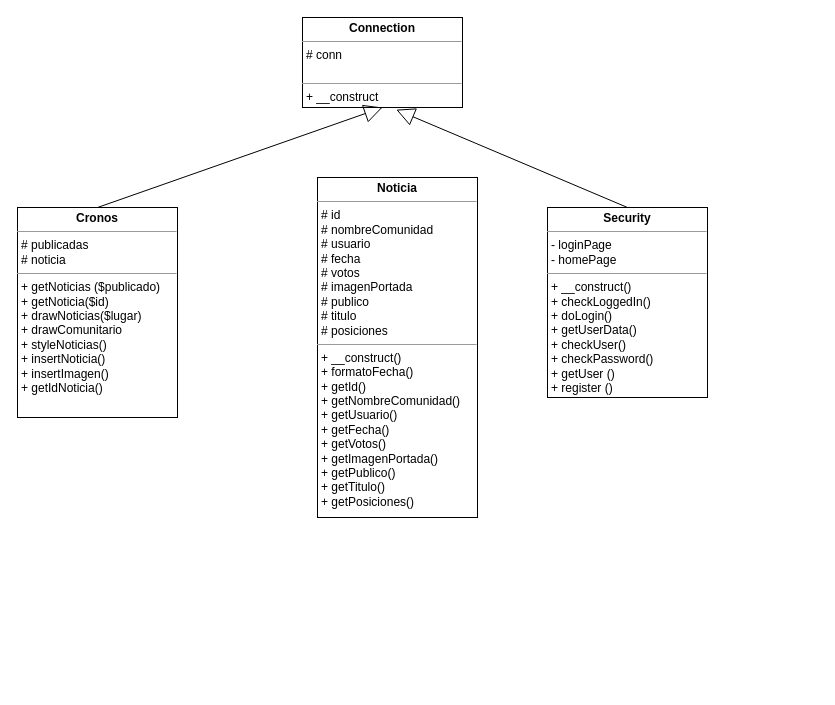
Tiinocm/ProyectoIntegrado keeps this draw.io diagram as diagramaClase.drawio. Above is the earlier version. Source tidied: cells renumbered, new cells numbered last; positions are measured from the earlier drawing's top-left corner, leaving out a move shared by most shapes. Both pictures are drawn from the tidied source at 100%, with x=0, y=0 at pixel (17, 17).
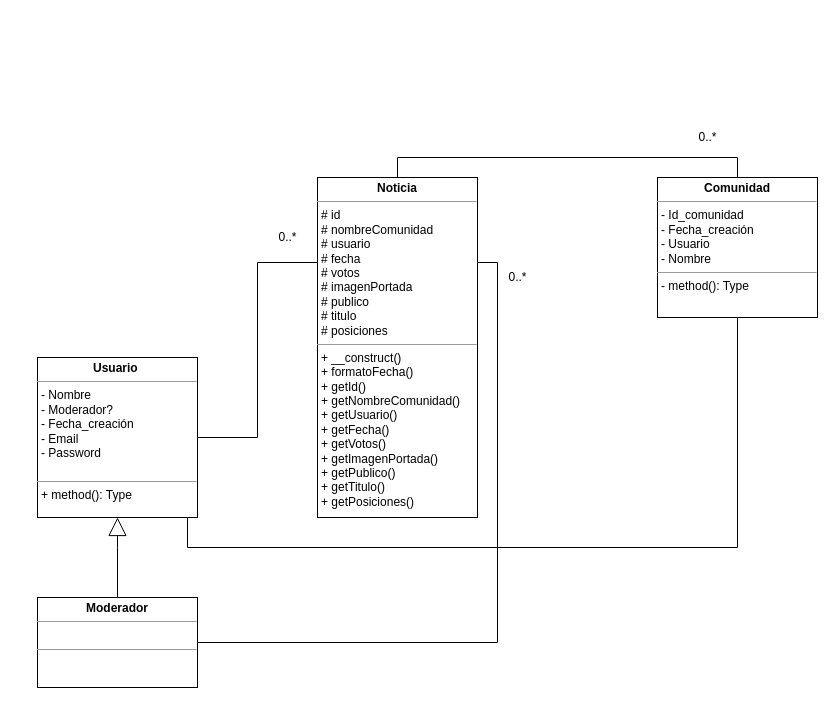
Above is the later version.

Commit message:
Cambios esquema

Diff of the diagram source:
```diff
@@
 <mxGraphModel>
   <root>
     <mxCell id="0" />
     <mxCell id="1" parent="0" />
-    <mxCell id="2" value="&lt;p style=&quot;margin: 0px ; margin-top: 4px ; text-align: center&quot;&gt;&lt;b&gt;Connection&lt;/b&gt;&lt;/p&gt;&lt;hr size=&quot;1&quot;&gt;&lt;p style=&quot;margin: 0px ; margin-left: 4px&quot;&gt;# conn&lt;/p&gt;&lt;p style=&quot;margin: 0px ; margin-left: 4px&quot;&gt;&lt;br&gt;&lt;/p&gt;&lt;hr size=&quot;1&quot;&gt;&lt;p style=&quot;margin: 0px ; margin-left: 4px&quot;&gt;+ __construct&lt;/p&gt;" style="verticalAlign=top;align=left;overflow=fill;fontSize=12;fontFamily=Helvetica;html=1;" parent="1" vertex="1">
-      <mxGeometry x="285" width="160" height="90" as="geometry" />
-    </mxCell>
-    <mxCell id="3" value="&lt;p style=&quot;margin: 0px ; margin-top: 4px ; text-align: center&quot;&gt;&lt;b&gt;Cronos&lt;/b&gt;&lt;/p&gt;&lt;hr size=&quot;1&quot;&gt;&lt;p style=&quot;margin: 0px ; margin-left: 4px&quot;&gt;# publicadas&lt;br&gt;&lt;/p&gt;&lt;p style=&quot;margin: 0px ; margin-left: 4px&quot;&gt;# noticia&lt;br&gt;&lt;/p&gt;&lt;hr size=&quot;1&quot;&gt;&lt;p style=&quot;margin: 0px ; margin-left: 4px&quot;&gt;+ getNoticias ($publicado)&lt;/p&gt;&lt;p style=&quot;margin: 0px ; margin-left: 4px&quot;&gt;+ getNoticia($id)&lt;/p&gt;&lt;p style=&quot;margin: 0px ; margin-left: 4px&quot;&gt;+ drawNoticias($lugar)&lt;/p&gt;&lt;p style=&quot;margin: 0px ; margin-left: 4px&quot;&gt;+ drawComunitario&lt;/p&gt;&lt;p style=&quot;margin: 0px ; margin-left: 4px&quot;&gt;+ styleNoticias()&lt;/p&gt;&lt;p style=&quot;margin: 0px ; margin-left: 4px&quot;&gt;+ insertNoticia()&lt;/p&gt;&lt;p style=&quot;margin: 0px ; margin-left: 4px&quot;&gt;+ insertImagen()&lt;/p&gt;&lt;p style=&quot;margin: 0px ; margin-left: 4px&quot;&gt;+ getIdNoticia()&lt;/p&gt;&lt;p style=&quot;margin: 0px ; margin-left: 4px&quot;&gt;&lt;br&gt;&lt;/p&gt;" style="verticalAlign=top;align=left;overflow=fill;fontSize=12;fontFamily=Helvetica;html=1;" parent="1" vertex="1">
-      <mxGeometry y="190" width="160" height="210" as="geometry" />
-    </mxCell>
-    <mxCell id="4" style="endArrow=block;endSize=16;endFill=0;html=1;rounded=0;exitX=0.5;exitY=0;exitDx=0;exitDy=0;entryX=0.5;entryY=1;entryDx=0;entryDy=0;" parent="1" edge="1" source="3" target="2">
-      <mxGeometry relative="1" as="geometry" />
-    </mxCell>
+    <mxCell id="8" style="edgeStyle=orthogonalEdgeStyle;rounded=0;jettySize=auto;html=1;exitX=1;exitY=0.25;exitDx=0;exitDy=0;endArrow=none;endFill=0;entryX=1;entryY=0.5;entryDx=0;entryDy=0;" parent="1" edge="1" source="5" target="14">
+      <mxGeometry relative="1" as="geometry" />
+    </mxCell>
     <mxCell id="5" value="&lt;p style=&quot;margin: 0px ; margin-top: 4px ; text-align: center&quot;&gt;&lt;b&gt;Noticia&lt;/b&gt;&lt;/p&gt;&lt;hr size=&quot;1&quot;&gt;&lt;p style=&quot;margin: 0px ; margin-left: 4px&quot;&gt;# id&lt;br&gt;&lt;/p&gt;&lt;p style=&quot;margin: 0px ; margin-left: 4px&quot;&gt;# nombreComunidad&lt;br&gt;&lt;/p&gt;&lt;p style=&quot;margin: 0px ; margin-left: 4px&quot;&gt;# usuario&lt;br&gt;&lt;/p&gt;&lt;p style=&quot;margin: 0px ; margin-left: 4px&quot;&gt;# fecha&lt;br&gt;&lt;/p&gt;&lt;p style=&quot;margin: 0px ; margin-left: 4px&quot;&gt;# votos&lt;br&gt;&lt;/p&gt;&lt;p style=&quot;margin: 0px ; margin-left: 4px&quot;&gt;# imagenPortada&lt;br&gt;&lt;/p&gt;&lt;p style=&quot;margin: 0px ; margin-left: 4px&quot;&gt;# publico&lt;br&gt;&lt;/p&gt;&lt;p style=&quot;margin: 0px ; margin-left: 4px&quot;&gt;# titulo&lt;br&gt;&lt;/p&gt;&lt;p style=&quot;margin: 0px ; margin-left: 4px&quot;&gt;# posiciones&lt;br&gt;&lt;/p&gt;&lt;hr size=&quot;1&quot;&gt;&lt;p style=&quot;margin: 0px ; margin-left: 4px&quot;&gt;+ __construct()&lt;/p&gt;&lt;p style=&quot;margin: 0px ; margin-left: 4px&quot;&gt;+ formatoFecha()&lt;/p&gt;&lt;p style=&quot;margin: 0px ; margin-left: 4px&quot;&gt;+ getId()&lt;/p&gt;&lt;p style=&quot;margin: 0px ; margin-left: 4px&quot;&gt;+ getNombreComunidad()&lt;/p&gt;&lt;p style=&quot;margin: 0px ; margin-left: 4px&quot;&gt;+ getUsuario()&lt;/p&gt;&lt;p style=&quot;margin: 0px ; margin-left: 4px&quot;&gt;+ getFecha()&lt;/p&gt;&lt;p style=&quot;margin: 0px ; margin-left: 4px&quot;&gt;+ getVotos()&lt;/p&gt;&lt;p style=&quot;margin: 0px ; margin-left: 4px&quot;&gt;+ getImagenPortada()&lt;/p&gt;&lt;p style=&quot;margin: 0px ; margin-left: 4px&quot;&gt;+ getPublico()&lt;/p&gt;&lt;p style=&quot;margin: 0px ; margin-left: 4px&quot;&gt;+ getTitulo()&lt;/p&gt;&lt;p style=&quot;margin: 0px ; margin-left: 4px&quot;&gt;+ getPosiciones()&lt;/p&gt;" style="verticalAlign=top;align=left;overflow=fill;fontSize=12;fontFamily=Helvetica;html=1;" parent="1" vertex="1">
       <mxGeometry x="300" y="160" width="160" height="340" as="geometry" />
     </mxCell>
-    <mxCell id="6" value="&lt;p style=&quot;margin: 0px ; margin-top: 4px ; text-align: center&quot;&gt;&lt;b&gt;Security&lt;/b&gt;&lt;/p&gt;&lt;hr size=&quot;1&quot;&gt;&lt;p style=&quot;margin: 0px ; margin-left: 4px&quot;&gt;- loginPage&lt;/p&gt;&lt;p style=&quot;margin: 0px ; margin-left: 4px&quot;&gt;- homePage&lt;/p&gt;&lt;hr size=&quot;1&quot;&gt;&lt;p style=&quot;margin: 0px ; margin-left: 4px&quot;&gt;+ __construct()&lt;/p&gt;&lt;p style=&quot;margin: 0px ; margin-left: 4px&quot;&gt;+ checkLoggedIn()&lt;/p&gt;&lt;p style=&quot;margin: 0px ; margin-left: 4px&quot;&gt;+ doLogin()&lt;/p&gt;&lt;p style=&quot;margin: 0px ; margin-left: 4px&quot;&gt;+ getUserData()&lt;/p&gt;&lt;p style=&quot;margin: 0px ; margin-left: 4px&quot;&gt;+ checkUser()&lt;/p&gt;&lt;p style=&quot;margin: 0px ; margin-left: 4px&quot;&gt;+ checkPassword()&lt;/p&gt;&lt;p style=&quot;margin: 0px ; margin-left: 4px&quot;&gt;+ getUser ()&lt;/p&gt;&lt;p style=&quot;margin: 0px ; margin-left: 4px&quot;&gt;+ register ()&lt;/p&gt;" style="verticalAlign=top;align=left;overflow=fill;fontSize=12;fontFamily=Helvetica;html=1;" parent="1" vertex="1">
-      <mxGeometry x="530" y="190" width="160" height="190" as="geometry" />
-    </mxCell>
-    <mxCell id="7" style="endArrow=block;endSize=16;endFill=0;html=1;rounded=0;exitX=0.5;exitY=0;exitDx=0;exitDy=0;entryX=0.586;entryY=1.024;entryDx=0;entryDy=0;entryPerimeter=0;" parent="1" edge="1" source="6" target="2">
-      <mxGeometry relative="1" as="geometry" />
-    </mxCell>
+    <mxCell id="9" style="edgeStyle=orthogonalEdgeStyle;rounded=0;jettySize=auto;html=1;exitX=0.5;exitY=0;exitDx=0;exitDy=0;entryX=0.5;entryY=0;entryDx=0;entryDy=0;endArrow=none;endFill=0;" parent="1" edge="1" source="10" target="5">
+      <mxGeometry relative="1" as="geometry" />
+    </mxCell>
+    <mxCell id="10" value="&lt;p style=&quot;margin:0px;margin-top:4px;text-align:center;&quot;&gt;&lt;b&gt;Comunidad&lt;/b&gt;&lt;/p&gt;&lt;hr size=&quot;1&quot;&gt;&lt;p style=&quot;margin:0px;margin-left:4px;&quot;&gt;- Id_comunidad&lt;/p&gt;&lt;p style=&quot;margin:0px;margin-left:4px;&quot;&gt;- Fecha_creación&lt;/p&gt;&lt;p style=&quot;margin:0px;margin-left:4px;&quot;&gt;- Usuario&amp;nbsp;&lt;/p&gt;&lt;p style=&quot;margin:0px;margin-left:4px;&quot;&gt;- Nombre&lt;/p&gt;&lt;hr size=&quot;1&quot;&gt;&lt;p style=&quot;margin:0px;margin-left:4px;&quot;&gt;- method(): Type&lt;/p&gt;" style="verticalAlign=top;align=left;overflow=fill;fontSize=12;fontFamily=Helvetica;html=1;" parent="1" vertex="1">
+      <mxGeometry x="640" y="160" width="160" height="140" as="geometry" />
+    </mxCell>
+    <mxCell id="11" style="edgeStyle=orthogonalEdgeStyle;rounded=0;jettySize=auto;html=1;exitX=1;exitY=0.5;exitDx=0;exitDy=0;entryX=0;entryY=0.25;entryDx=0;entryDy=0;endArrow=none;endFill=0;" parent="1" edge="1" source="13" target="5">
+      <mxGeometry relative="1" as="geometry" />
+    </mxCell>
+    <mxCell id="12" style="edgeStyle=orthogonalEdgeStyle;rounded=0;jettySize=auto;html=1;exitX=1;exitY=0.75;exitDx=0;exitDy=0;entryX=0.5;entryY=1;entryDx=0;entryDy=0;endArrow=none;endFill=0;" parent="1" edge="1" source="13" target="10">
+      <mxGeometry relative="1" as="geometry">
+        <Array as="points">
+          <mxPoint x="170" y="530" />
+          <mxPoint x="720" y="530" />
+        </Array>
+      </mxGeometry>
+    </mxCell>
+    <mxCell id="13" value="&lt;p style=&quot;margin:0px;margin-top:4px;text-align:center;&quot;&gt;&lt;b&gt;Usuario&amp;nbsp;&lt;/b&gt;&lt;/p&gt;&lt;hr size=&quot;1&quot;&gt;&lt;p style=&quot;margin:0px;margin-left:4px;&quot;&gt;- Nombre&lt;/p&gt;&lt;p style=&quot;margin:0px;margin-left:4px;&quot;&gt;- Moderador?&lt;/p&gt;&lt;p style=&quot;margin:0px;margin-left:4px;&quot;&gt;- Fecha_creación&lt;/p&gt;&lt;p style=&quot;margin:0px;margin-left:4px;&quot;&gt;- Email&lt;/p&gt;&lt;p style=&quot;margin:0px;margin-left:4px;&quot;&gt;- Password&lt;/p&gt;&lt;p style=&quot;margin:0px;margin-left:4px;&quot;&gt;&lt;br&gt;&lt;/p&gt;&lt;hr size=&quot;1&quot;&gt;&lt;p style=&quot;margin:0px;margin-left:4px;&quot;&gt;+ method(): Type&lt;/p&gt;" style="verticalAlign=top;align=left;overflow=fill;fontSize=12;fontFamily=Helvetica;html=1;" parent="1" vertex="1">
+      <mxGeometry x="20" y="340" width="160" height="160" as="geometry" />
+    </mxCell>
+    <mxCell id="14" value="&lt;p style=&quot;margin:0px;margin-top:4px;text-align:center;&quot;&gt;&lt;b&gt;Moderador&lt;/b&gt;&lt;/p&gt;&lt;hr size=&quot;1&quot;&gt;&lt;p style=&quot;margin:0px;margin-left:4px;&quot;&gt;&lt;br&gt;&lt;/p&gt;&lt;hr size=&quot;1&quot;&gt;&lt;p style=&quot;margin:0px;margin-left:4px;&quot;&gt;&lt;br&gt;&lt;/p&gt;" style="verticalAlign=top;align=left;overflow=fill;fontSize=12;fontFamily=Helvetica;html=1;" parent="1" vertex="1">
+      <mxGeometry x="20" y="580" width="160" height="90" as="geometry" />
+    </mxCell>
+    <mxCell id="15" style="endArrow=block;endSize=16;endFill=0;html=1;rounded=0;exitX=0.5;exitY=0;exitDx=0;exitDy=0;entryX=0.5;entryY=1;entryDx=0;entryDy=0;" parent="1" edge="1" source="14" target="13">
+      <mxGeometry relative="1" as="geometry">
+        <Array as="points">
+          <mxPoint x="100" y="530" />
+        </Array>
+      </mxGeometry>
+    </mxCell>
+    <mxCell id="16" value="0..*" style="text;html=1;align=center;verticalAlign=middle;strokeColor=none;fillColor=none;" parent="1" vertex="1">
+      <mxGeometry x="255" y="210" width="30" height="20" as="geometry" />
+    </mxCell>
+    <mxCell id="17" value="0..*" style="text;html=1;align=center;verticalAlign=middle;strokeColor=none;fillColor=none;" parent="1" vertex="1">
+      <mxGeometry x="485" y="250" width="30" height="20" as="geometry" />
+    </mxCell>
+    <mxCell id="18" value="0..*" style="text;html=1;align=center;verticalAlign=middle;strokeColor=none;fillColor=none;" parent="1" vertex="1">
+      <mxGeometry x="675" y="110" width="30" height="20" as="geometry" />
+    </mxCell>
   </root>
 </mxGraphModel>
```
